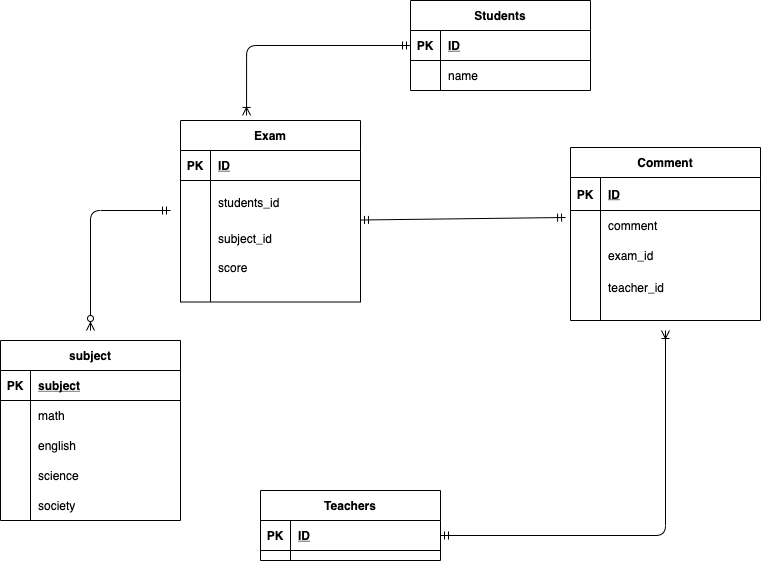
miki42white/ER-test keeps this draw.io diagram as er.drawio.png. Above is the earlier version. Source tidied: cells renumbered, new cells last; positions are measured from the earlier drawing's top-left corner, leaving out a move shared by most shapes.
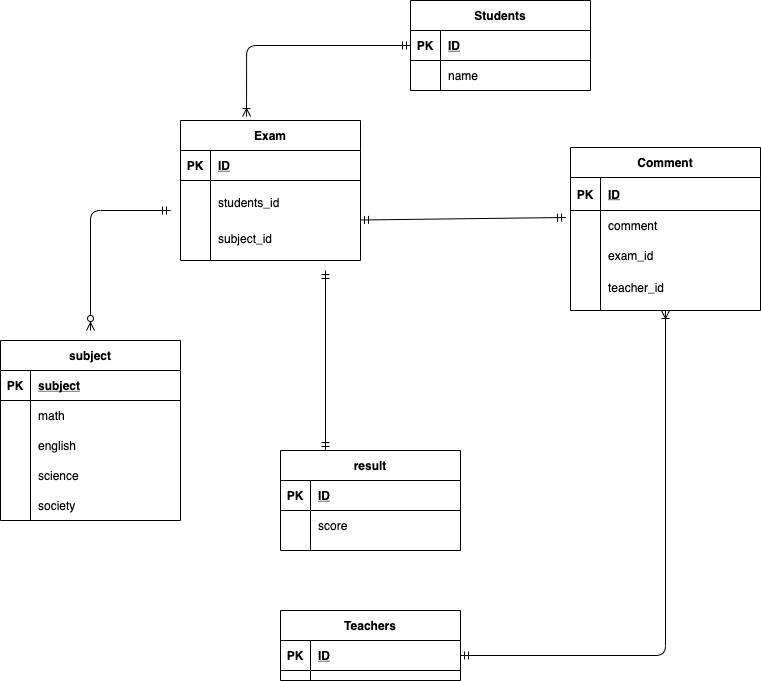
After the commit.

What changed in the source:
```diff
@@ -24,7 +24,7 @@
       <mxGeometry x="30" width="150" height="30" as="geometry" />
     </mxCell>
     <mxCell id="9" value="Exam" style="shape=table;startSize=30;rowLines=0;fontStyle=1;align=center;" parent="1" vertex="1">
-      <mxGeometry x="180" y="120" width="180" height="181.5" as="geometry" />
+      <mxGeometry x="180" y="120" width="180" height="140" as="geometry" />
     </mxCell>
     <mxCell id="10" style="shape=partialRectangle;fillColor=none;top=0;left=0;bottom=1;right=0;" parent="9" vertex="1">
       <mxGeometry y="30" width="180" height="30" as="geometry" />
@@ -54,7 +54,7 @@
       <mxGeometry x="30" width="150" height="30" as="geometry" />
     </mxCell>
     <mxCell id="19" value="Comment" style="shape=table;startSize=30;rowLines=0;fontStyle=1;align=center;" parent="1" vertex="1">
-      <mxGeometry x="570" y="147" width="190" height="173" as="geometry" />
+      <mxGeometry x="570" y="147" width="190" height="163" as="geometry" />
     </mxCell>
     <mxCell id="20" style="shape=partialRectangle;fillColor=none;top=0;left=0;bottom=1;right=0;" parent="19" vertex="1">
       <mxGeometry y="30" width="190" height="33" as="geometry" />
@@ -84,7 +84,7 @@
       <mxGeometry x="30" width="160" height="30" as="geometry" />
     </mxCell>
     <mxCell id="29" value="Teachers" style="shape=table;startSize=30;rowLines=0;fontStyle=1;align=center;" parent="1" vertex="1">
-      <mxGeometry x="260" y="490" width="180" height="70" as="geometry" />
+      <mxGeometry x="280" y="610" width="180" height="70" as="geometry" />
     </mxCell>
     <mxCell id="30" style="shape=partialRectangle;fillColor=none;top=0;left=0;bottom=1;right=0;points=[[0,0.5],[1,0.5]];portConstraint=eastwest;" parent="29" vertex="1">
       <mxGeometry y="30" width="180" height="30" as="geometry" />
@@ -96,7 +96,7 @@
       <mxGeometry x="30" width="150" height="30" as="geometry" />
     </mxCell>
     <mxCell id="33" style="shape=partialRectangle;fillColor=none;top=0;left=0;bottom=0;right=0;" parent="1" vertex="1">
-      <mxGeometry x="180" y="252" width="180" height="30" as="geometry" />
+      <mxGeometry x="280" y="510" width="180" height="30" as="geometry" />
     </mxCell>
     <mxCell id="34" style="shape=partialRectangle;fillColor=none;top=0;left=0;bottom=0;right=0;overflow=hidden;" parent="33" vertex="1">
       <mxGeometry width="30" height="30" as="geometry" />
@@ -104,10 +104,8 @@
     <mxCell id="35" value="score" style="shape=partialRectangle;fillColor=none;top=0;left=0;bottom=0;right=0;align=left;spacingLeft=6;overflow=hidden;" parent="33" vertex="1">
       <mxGeometry x="30" width="150" height="30" as="geometry" />
     </mxCell>
-    <mxCell id="36" style="fontSize=12;html=1;endArrow=ERoneToMany;startArrow=ERmandOne;exitX=1;exitY=0.5;exitDx=0;exitDy=0;edgeStyle=orthogonalEdgeStyle;" parent="1" edge="1" source="30">
-      <mxGeometry relative="1" as="geometry">
-        <mxPoint x="665" y="330" as="targetPoint" />
-      </mxGeometry>
+    <mxCell id="36" style="fontSize=12;html=1;endArrow=ERoneToMany;startArrow=ERmandOne;exitX=1;exitY=0.5;exitDx=0;exitDy=0;edgeStyle=orthogonalEdgeStyle;entryX=0.5;entryY=1;entryDx=0;entryDy=0;" parent="1" edge="1" source="30" target="19">
+      <mxGeometry relative="1" as="geometry" />
     </mxCell>
     <mxCell id="37" style="edgeStyle=orthogonalEdgeStyle;fontSize=12;html=1;endArrow=ERoneToMany;startArrow=ERmandOne;entryX=0.367;entryY=-0.028;entryDx=0;entryDy=0;entryPerimeter=0;" parent="1" edge="1" source="3" target="9">
       <mxGeometry relative="1" as="geometry" />
@@ -168,5 +166,22 @@
         <mxPoint x="90" y="330" as="targetPoint" />
       </mxGeometry>
     </mxCell>
+    <mxCell id="55" value="result" style="shape=table;startSize=30;rowLines=0;fontStyle=1;align=center;" parent="1" vertex="1">
+      <mxGeometry x="280" y="450" width="180" height="100" as="geometry" />
+    </mxCell>
+    <mxCell id="56" style="shape=partialRectangle;fillColor=none;top=0;left=0;bottom=1;right=0;" parent="55" vertex="1">
+      <mxGeometry y="30" width="180" height="30" as="geometry" />
+    </mxCell>
+    <mxCell id="57" value="PK" style="shape=partialRectangle;fillColor=none;top=0;left=0;bottom=0;right=0;fontStyle=1;overflow=hidden;" parent="56" vertex="1">
+      <mxGeometry width="30" height="30" as="geometry" />
+    </mxCell>
+    <mxCell id="58" value="ID" style="shape=partialRectangle;fillColor=none;top=0;left=0;bottom=0;right=0;align=left;spacingLeft=6;fontStyle=5;overflow=hidden;" parent="56" vertex="1">
+      <mxGeometry x="30" width="150" height="30" as="geometry" />
+    </mxCell>
+    <mxCell id="59" style="fontSize=12;html=1;endArrow=ERmandOne;startArrow=ERmandOne;exitX=0.25;exitY=0;exitDx=0;exitDy=0;" parent="1" edge="1" source="55">
+      <mxGeometry relative="1" as="geometry">
+        <mxPoint x="325" y="270" as="targetPoint" />
+      </mxGeometry>
+    </mxCell>
   </root>
 </mxGraphModel>
```
